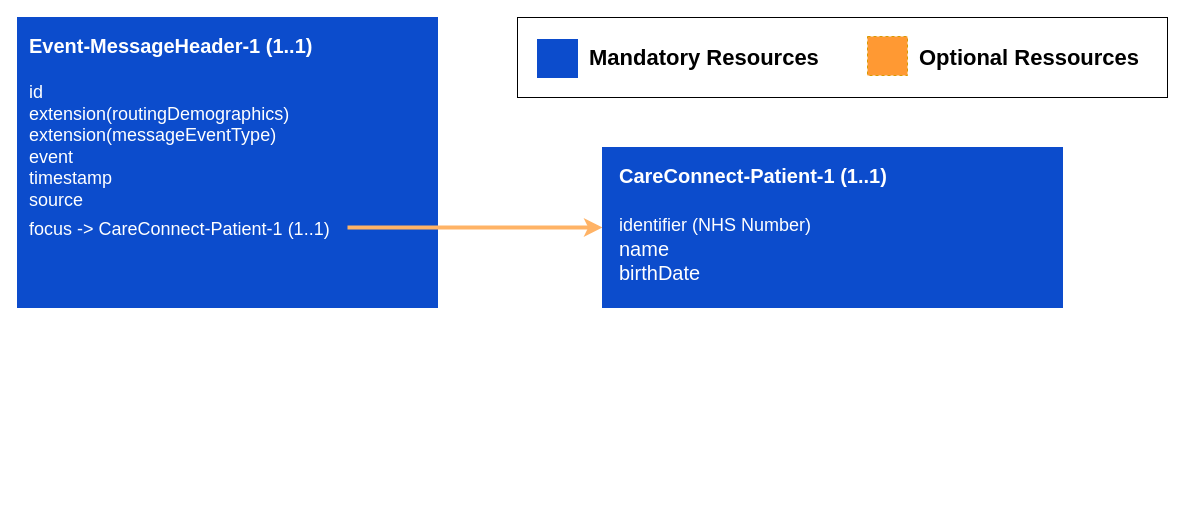
This is images/messages/pds_record_change_1.drawio from nhsconnect/Events-Management, a draw.io file, before an edit. Source tidied: cells renumbered, new cells numbered last; positions are measured from the earlier drawing's top-left corner, leaving out a move shared by most shapes. Both pictures are drawn from the tidied source at 100%, with x=0, y=0 at pixel (17, 17).
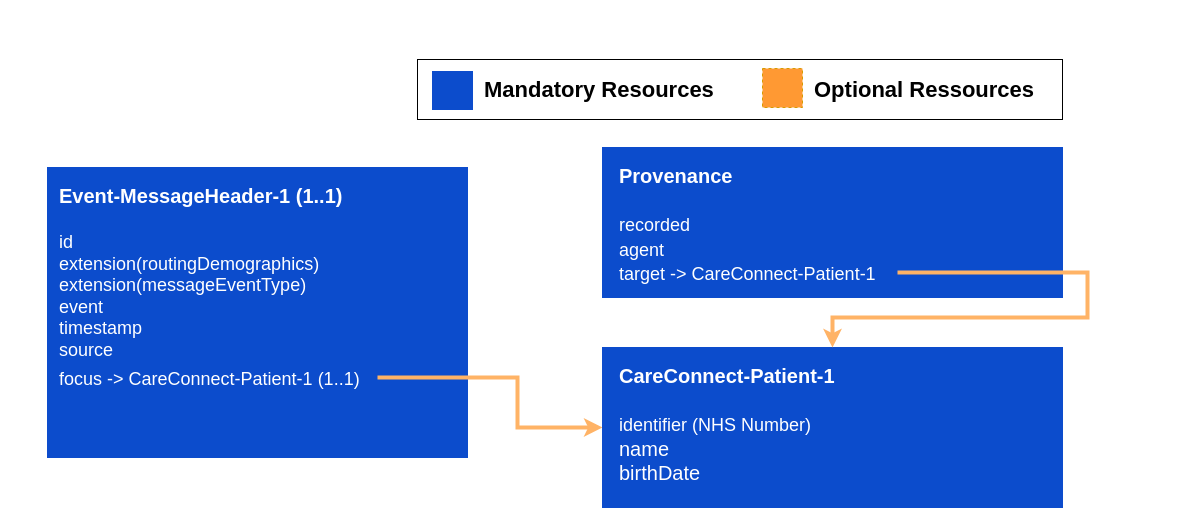
Above is the later version.

The edit, as a diff of the source:
```diff
@@
 <mxGraphModel background="#ffffff">
   <root>
     <mxCell id="0" />
     <mxCell id="1" parent="0" />
     <mxCell id="2" style="rounded=0;whiteSpace=wrap;html=1;strokeColor=#000000;strokeWidth=1;fillColor=none;gradientColor=none;fontSize=90;fontColor=#000000;align=left;" parent="1" vertex="1">
-      <mxGeometry x="500" width="650" height="80" as="geometry" />
+      <mxGeometry x="400" y="42" width="645" height="60" as="geometry" />
     </mxCell>
     <mxCell id="3" value="&lt;br style=&quot;font-size: 20px&quot;&gt;" style="rounded=0;whiteSpace=wrap;html=1;fillColor=#FF9933;strokeColor=#d79b00;fontColor=#000000;verticalAlign=top;align=left;fontSize=20;spacingLeft=10;spacingTop=10;spacingBottom=10;spacingRight=10;fontStyle=1;gradientDirection=east;dashed=1;" parent="1" vertex="1">
-      <mxGeometry x="850" y="19" width="40" height="39" as="geometry" />
+      <mxGeometry x="745" y="51" width="40" height="39" as="geometry" />
     </mxCell>
     <mxCell id="4" value="&lt;br style=&quot;font-size: 20px&quot;&gt;" style="rounded=0;whiteSpace=wrap;html=1;fillColor=#0C4CCC;strokeColor=#0C4CCC;fontColor=#FFFFFF;verticalAlign=top;align=left;fontSize=20;spacingLeft=10;spacingTop=10;spacingBottom=10;spacingRight=10;fontStyle=1;" parent="1" vertex="1">
-      <mxGeometry x="520" y="22" width="40" height="38" as="geometry" />
+      <mxGeometry x="415" y="54" width="40" height="38" as="geometry" />
     </mxCell>
     <mxCell id="5" value="Optional Ressources" style="text;html=1;strokeColor=none;fillColor=none;align=left;verticalAlign=middle;whiteSpace=wrap;rounded=0;dashed=1;fontSize=22;fontColor=#000000;fontStyle=1;" parent="1" vertex="1">
-      <mxGeometry x="900" y="8" width="245" height="65" as="geometry" />
+      <mxGeometry x="795" y="40" width="245" height="65" as="geometry" />
     </mxCell>
     <mxCell id="6" value="&lt;div style=&quot;text-align: left&quot;&gt;&lt;span&gt;Mandatory Resources&lt;/span&gt;&lt;/div&gt;" style="text;html=1;strokeColor=none;fillColor=none;align=left;verticalAlign=middle;whiteSpace=wrap;rounded=0;dashed=1;fontSize=22;fontColor=#000000;fontStyle=1;" parent="1" vertex="1">
-      <mxGeometry x="570" y="8" width="245" height="65" as="geometry" />
+      <mxGeometry x="465" y="40" width="245" height="65" as="geometry" />
     </mxCell>
     <mxCell id="7" value="Event-MessageHeader-1 (1..1)" style="rounded=0;whiteSpace=wrap;html=1;fillColor=#0C4CCC;strokeColor=#0C4CCC;fontColor=#FFFFFF;verticalAlign=top;align=left;fontSize=20;spacingLeft=10;spacingTop=10;spacingBottom=10;spacingRight=10;fontStyle=1;" parent="1" vertex="1">
-      <mxGeometry width="420" height="290" as="geometry" />
+      <mxGeometry x="30" y="150" width="420" height="290" as="geometry" />
     </mxCell>
     <mxCell id="8" style="edgeStyle=orthogonalEdgeStyle;rounded=0;jettySize=auto;html=1;entryX=0;entryY=0.5;entryDx=0;entryDy=0;fillColor=#fff2cc;strokeColor=#FFB366;strokeWidth=4;exitX=1;exitY=0.5;exitDx=0;exitDy=0;" parent="1" edge="1" source="9" target="10">
       <mxGeometry relative="1" as="geometry">
         <Array as="points">
-          <mxPoint x="450" y="210" />
-          <mxPoint x="450" y="210" />
+          <mxPoint x="500" y="360" />
+          <mxPoint x="500" y="410" />
         </Array>
       </mxGeometry>
     </mxCell>
     <mxCell id="9" value="focus -&amp;gt; CareConnect-Patient-1 (1..1)" style="text;html=1;fontSize=18;fontColor=#FFFFFF;" parent="1" vertex="1">
-      <mxGeometry x="10" y="195" width="320" height="30" as="geometry" />
+      <mxGeometry x="40" y="345" width="320" height="30" as="geometry" />
     </mxCell>
-    <mxCell id="10" value="CareConnect-Patient-1 (1..1)&lt;br&gt;&lt;br&gt;&lt;span style=&quot;font-size: 18px ; font-weight: 400&quot;&gt;identifier (NHS Number)&lt;br&gt;&lt;/span&gt;&lt;span style=&quot;font-weight: 400&quot;&gt;name&lt;br&gt;birthDate&lt;br&gt;&lt;/span&gt;" style="rounded=0;whiteSpace=wrap;html=1;fillColor=#0C4CCC;strokeColor=#0C4CCC;fontColor=#FFFFFF;verticalAlign=top;align=left;fontSize=20;spacingLeft=15;spacingTop=10;spacingBottom=10;spacingRight=10;fontStyle=1;" parent="1" vertex="1">
-      <mxGeometry x="585" y="130" width="460" height="160" as="geometry" />
+    <mxCell id="10" value="CareConnect-Patient-1&lt;br&gt;&lt;br&gt;&lt;span style=&quot;font-size: 18px ; font-weight: 400&quot;&gt;identifier (NHS Number)&lt;br&gt;&lt;/span&gt;&lt;span style=&quot;font-weight: 400&quot;&gt;name&lt;br&gt;birthDate&lt;br&gt;&lt;/span&gt;" style="rounded=0;whiteSpace=wrap;html=1;fillColor=#0C4CCC;strokeColor=#0C4CCC;fontColor=#FFFFFF;verticalAlign=top;align=left;fontSize=20;spacingLeft=15;spacingTop=10;spacingBottom=10;spacingRight=10;fontStyle=1;" parent="1" vertex="1">
+      <mxGeometry x="585" y="330" width="460" height="160" as="geometry" />
     </mxCell>
     <mxCell id="11" value="id&lt;br&gt;extension(routingDemographics)&lt;br&gt;extension(messageEventType)&lt;br&gt;event&lt;br&gt;timestamp&lt;br&gt;source" style="text;html=1;fontSize=18;fontColor=#FFFFFF;" parent="1" vertex="1">
-      <mxGeometry x="10" y="57.5" width="370" height="137.5" as="geometry" />
+      <mxGeometry x="40" y="207.5" width="370" height="137.5" as="geometry" />
     </mxCell>
+    <mxCell id="12" value="Provenance&lt;br&gt;&lt;br&gt;&lt;span style=&quot;font-size: 18px ; font-weight: 400&quot;&gt;recorded&lt;br&gt;agent&lt;/span&gt;&lt;span style=&quot;font-weight: 400&quot;&gt;&lt;br&gt;&lt;/span&gt;" style="rounded=0;whiteSpace=wrap;html=1;fillColor=#0C4CCC;strokeColor=#0C4CCC;fontColor=#FFFFFF;verticalAlign=top;align=left;fontSize=20;spacingLeft=15;spacingTop=10;spacingBottom=10;spacingRight=10;fontStyle=1;" parent="1" vertex="1">
+      <mxGeometry x="585" y="130" width="460" height="150" as="geometry" />
+    </mxCell>
+    <mxCell id="13" style="edgeStyle=orthogonalEdgeStyle;rounded=0;jettySize=auto;html=1;exitX=1;exitY=0.5;exitDx=0;exitDy=0;fillColor=#dae8fc;strokeColor=#FFB366;strokeWidth=4;" parent="1" edge="1" source="14" target="10">
+      <mxGeometry relative="1" as="geometry">
+        <Array as="points">
+          <mxPoint x="1070" y="255" />
+          <mxPoint x="1070" y="300" />
+          <mxPoint x="815" y="300" />
+        </Array>
+      </mxGeometry>
+    </mxCell>
+    <mxCell id="14" value="target -&amp;gt; CareConnect-Patient-1" style="text;html=1;fontSize=18;fontColor=#FFFFFF;" parent="1" vertex="1">
+      <mxGeometry x="600" y="240" width="280" height="30" as="geometry" />
+    </mxCell>
   </root>
 </mxGraphModel>
```
